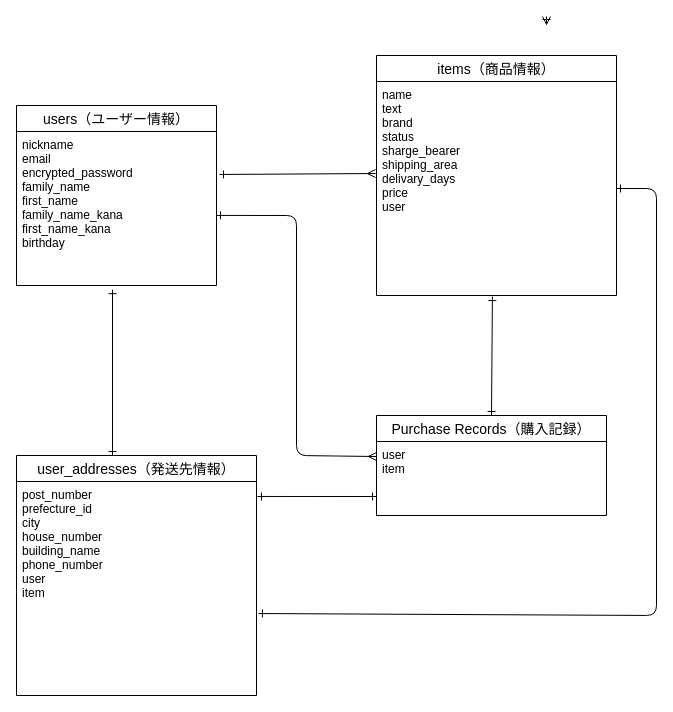
Earlier version of the draw.io diagram furima.dio (wss4616/furima-37914). Source tidied: cells renumbered, new cells numbered last; positions are measured from the earlier drawing's top-left corner, leaving out a move shared by most shapes. Both pictures are drawn from the tidied source at 100%, with x=0, y=0 at pixel (16, 16).
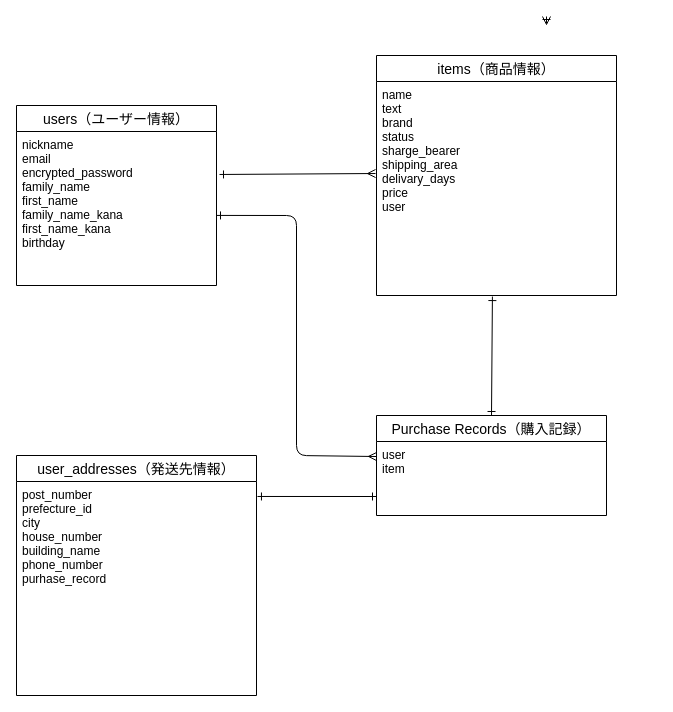
After the change.

The change refers to these unchanged cells:
```xml
<mxCell id="3" value="name&#10;text&#10;brand&#10;status&#10;sharge_bearer&#10;shipping_area&#10;delivary_days&#10;price&#10;user" style="text;strokeColor=none;fillColor=none;spacingLeft=4;spacingRight=4;overflow=hidden;points=[[0,0.5],[1,0.5]];portConstraint=eastwest;fontSize=12;" parent="2" vertex="1">
  <mxGeometry y="26" width="240" height="214" as="geometry" />
</mxCell>
<mxCell id="5" value="nickname&#10;email&#10;encrypted_password&#10;family_name&#10;first_name&#10;family_name_kana&#10;first_name_kana&#10;birthday" style="text;strokeColor=none;fillColor=none;spacingLeft=4;spacingRight=4;overflow=hidden;points=[[0,0.5],[1,0.5]];portConstraint=eastwest;fontSize=12;" parent="4" vertex="1">
  <mxGeometry y="26" width="200" height="154" as="geometry" />
</mxCell>
<mxCell id="6" value="user_addresses（発送先情報）" style="swimlane;fontStyle=0;horizontal=1;startSize=26;align=center;fontSize=14;" parent="1" vertex="1">
  <mxGeometry y="439" width="240" height="240" as="geometry" />
</mxCell>
```

Change to the diagram source:
```diff
@@
-    <mxCell id="7" value="post_number&#10;prefecture_id&#10;city&#10;house_number&#10;building_name&#10;phone_number&#10;user&#10;item" style="text;strokeColor=none;fillColor=none;spacingLeft=4;spacingRight=4;overflow=hidden;points=[[0,0.5],[1,0.5]];portConstraint=eastwest;fontSize=12;" parent="6" vertex="1">
+    <mxCell id="7" value="post_number&#10;prefecture_id&#10;city&#10;house_number&#10;building_name&#10;phone_number&#10;purhase_record" style="text;strokeColor=none;fillColor=none;spacingLeft=4;spacingRight=4;overflow=hidden;points=[[0,0.5],[1,0.5]];portConstraint=eastwest;fontSize=12;" parent="6" vertex="1">
       <mxGeometry y="26" width="240" height="214" as="geometry" />
     </mxCell>
-    <mxCell id="8" style="edgeStyle=none;html=1;exitX=0.48;exitY=1.027;exitDx=0;exitDy=0;startArrow=ERone;startFill=0;endArrow=ERone;endFill=0;strokeColor=default;elbow=vertical;exitPerimeter=0;" parent="1" edge="1" source="5">
-      <mxGeometry relative="1" as="geometry">
-        <mxPoint x="96" y="439" as="targetPoint" />
-      </mxGeometry>
-    </mxCell>
@@
-    <mxCell id="16" style="edgeStyle=none;html=1;exitX=1;exitY=0.5;exitDx=0;exitDy=0;startArrow=ERone;startFill=0;endArrow=ERone;endFill=0;strokeColor=default;elbow=vertical;entryX=1.008;entryY=0.617;entryDx=0;entryDy=0;entryPerimeter=0;" parent="1" edge="1" source="3" target="7">
-      <mxGeometry relative="1" as="geometry">
-        <Array as="points">
-          <mxPoint x="640" y="172" />
-          <mxPoint x="640" y="599" />
-        </Array>
-      </mxGeometry>
-    </mxCell>
```
